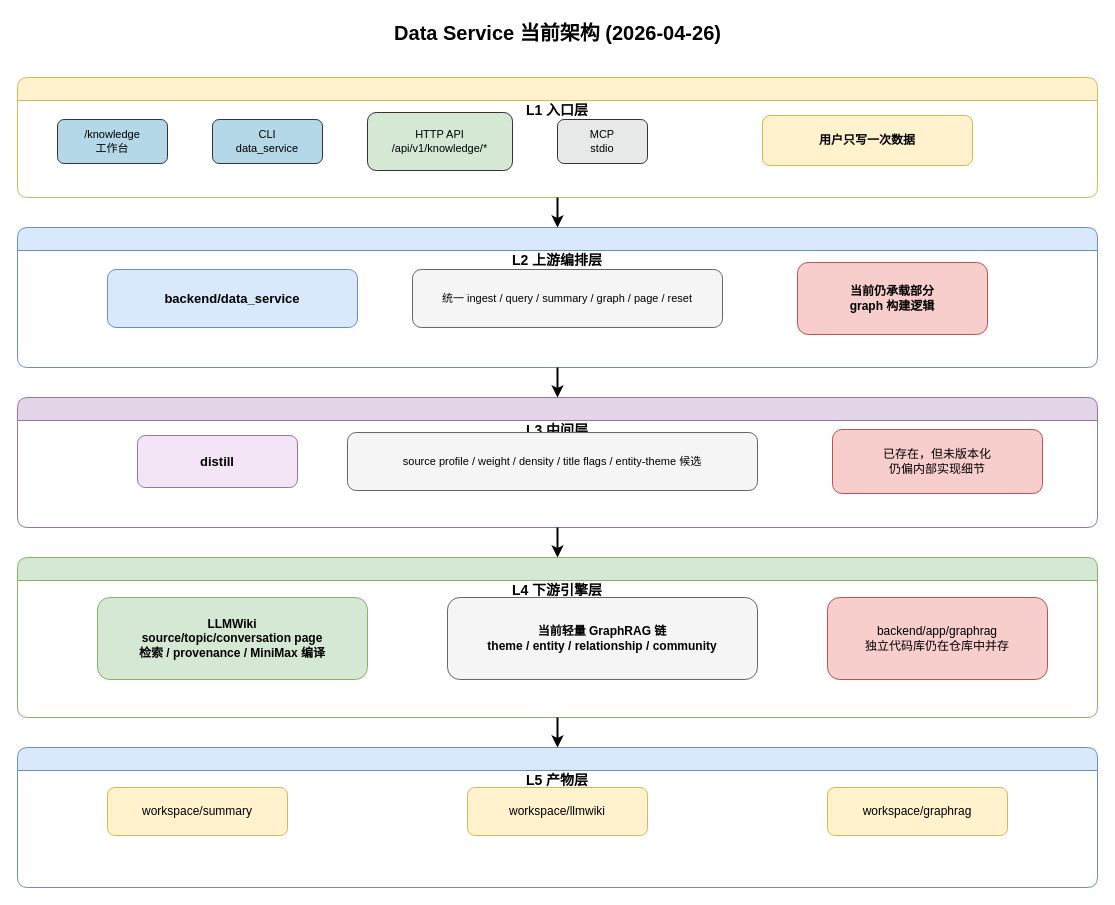
The draw.io diagram meeting-voice-assistant/docs/data_service/diagrams/01_current_architecture.drawio in ljx418/meeting-voice-assistant, before the edit. Source tidied: cells renumbered, new cells numbered last; positions are measured from the earlier drawing's top-left corner, leaving out a move shared by most shapes. Both pictures are drawn from the tidied source at 100%, with x=0, y=0 at pixel (17, 17).
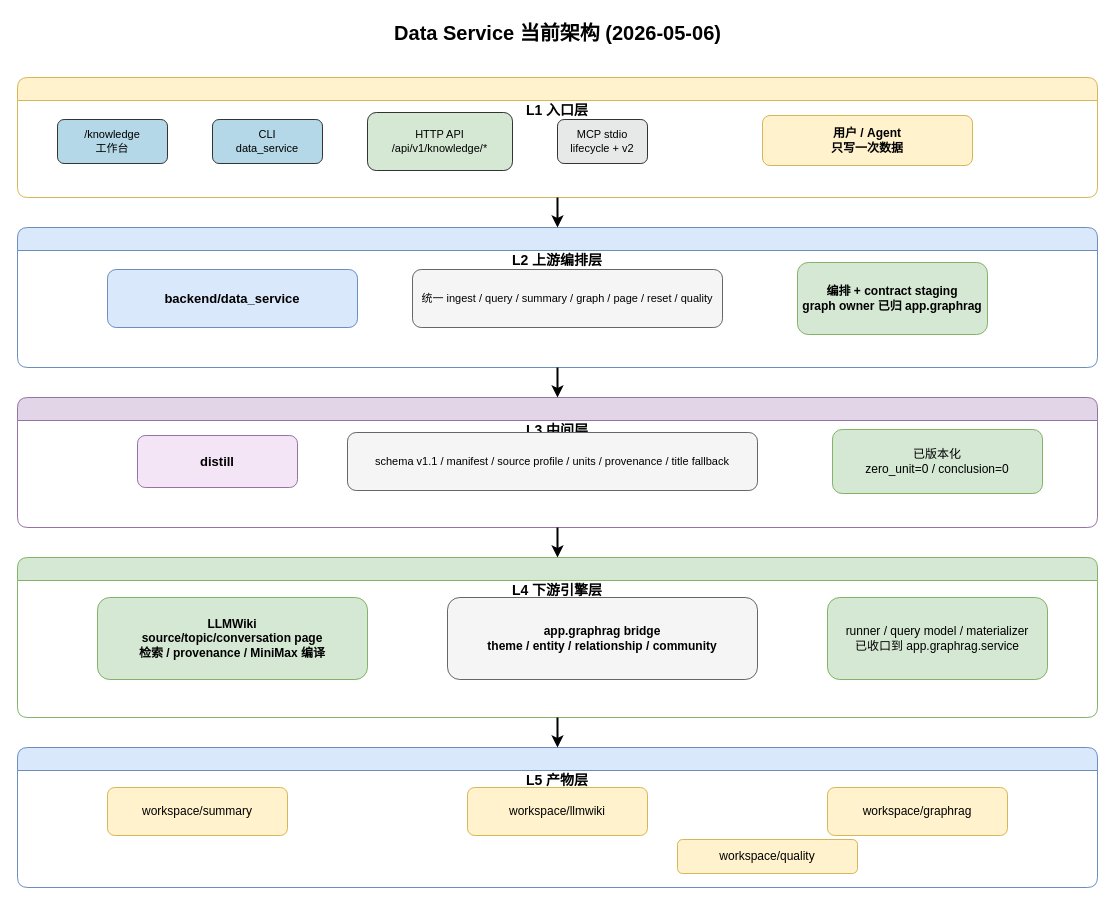
The same page after the edit.

The change refers to these unchanged cells:
```xml
<mxCell id="3" value="L1 入口层" style="swimlane;horizontal=1;verticalAlign=top;spacingTop=18;fillColor=#fff2cc;strokeColor=#d6b656;rounded=1;fontSize=14;fontStyle=1;" parent="1" vertex="1">
  <mxGeometry y="60" width="1080" height="120" as="geometry" />
</mxCell>
<mxCell id="9" value="L2 上游编排层" style="swimlane;horizontal=1;verticalAlign=top;spacingTop=18;fillColor=#dae8fc;strokeColor=#6c8ebf;rounded=1;fontSize=14;fontStyle=1;" parent="1" vertex="1">
  <mxGeometry y="210" width="1080" height="140" as="geometry" />
</mxCell>
<mxCell id="13" value="L3 中间层" style="swimlane;horizontal=1;verticalAlign=top;spacingTop=18;fillColor=#e1d5e7;strokeColor=#9673a6;rounded=1;fontSize=14;fontStyle=1;" parent="1" vertex="1">
  <mxGeometry y="380" width="1080" height="130" as="geometry" />
</mxCell>
<mxCell id="17" value="L4 下游引擎层" style="swimlane;horizontal=1;verticalAlign=top;spacingTop=18;fillColor=#d5e8d4;strokeColor=#82b366;rounded=1;fontSize=14;fontStyle=1;" parent="1" vertex="1">
  <mxGeometry y="540" width="1080" height="160" as="geometry" />
</mxCell>
<mxCell id="21" value="L5 产物层" style="swimlane;horizontal=1;verticalAlign=top;spacingTop=18;fillColor=#dae8fc;strokeColor=#6c8ebf;rounded=1;fontSize=14;fontStyle=1;" parent="1" vertex="1">
  <mxGeometry y="730" width="1080" height="140" as="geometry" />
</mxCell>
```

The edit, as a diff of the source:
```diff
@@
-    <mxCell id="2" value="Data Service 当前架构 (2026-04-26)" style="text;html=1;strokeColor=none;fillColor=none;align=center;verticalAlign=middle;fontSize=20;fontStyle=1;" parent="1" vertex="1">
+    <mxCell id="2" value="Data Service 当前架构 (2026-05-06)" style="text;html=1;strokeColor=none;fillColor=none;align=center;verticalAlign=middle;fontSize=20;fontStyle=1;" parent="1" vertex="1">
       <mxGeometry x="290" width="500" height="30" as="geometry" />
     </mxCell>
@@
-    <mxCell id="7" value="MCP&#10;stdio" style="rounded=1;whiteSpace=wrap;html=1;fillColor=#E7E8E8;strokeColor=#333;fontSize=11;" parent="3" vertex="1">
+    <mxCell id="7" value="MCP stdio&#10;lifecycle + v2" style="rounded=1;whiteSpace=wrap;html=1;fillColor=#E7E8E8;strokeColor=#333;fontSize=11;" parent="3" vertex="1">
       <mxGeometry x="540" y="42" width="90" height="44" as="geometry" />
     </mxCell>
-    <mxCell id="8" value="用户只写一次数据" style="rounded=1;whiteSpace=wrap;html=1;fillColor=#fff2cc;strokeColor=#d6b656;fontSize=12;fontStyle=1;" parent="3" vertex="1">
+    <mxCell id="8" value="用户 / Agent&#10;只写一次数据" style="rounded=1;whiteSpace=wrap;html=1;fillColor=#fff2cc;strokeColor=#d6b656;fontSize=12;fontStyle=1;" parent="3" vertex="1">
       <mxGeometry x="745" y="38" width="210" height="50" as="geometry" />
     </mxCell>
@@
-    <mxCell id="11" value="统一 ingest / query / summary / graph / page / reset" style="rounded=1;whiteSpace=wrap;html=1;fillColor=#f5f5f5;strokeColor=#666666;fontSize=11;" parent="9" vertex="1">
+    <mxCell id="11" value="统一 ingest / query / summary / graph / page / reset / quality" style="rounded=1;whiteSpace=wrap;html=1;fillColor=#f5f5f5;strokeColor=#666666;fontSize=11;" parent="9" vertex="1">
       <mxGeometry x="395" y="42" width="310" height="58" as="geometry" />
     </mxCell>
-    <mxCell id="12" value="当前仍承载部分&#10;graph 构建逻辑" style="rounded=1;whiteSpace=wrap;html=1;fillColor=#f8cecc;strokeColor=#b85450;fontSize=12;fontStyle=1;" parent="9" vertex="1">
+    <mxCell id="12" value="编排 + contract staging&#10;graph owner 已归 app.graphrag" style="rounded=1;whiteSpace=wrap;html=1;fillColor=#d5e8d4;strokeColor=#82b366;fontSize=12;fontStyle=1;" parent="9" vertex="1">
       <mxGeometry x="780" y="35" width="190" height="72" as="geometry" />
     </mxCell>
@@
-    <mxCell id="15" value="source profile / weight / density / title flags / entity-theme 候选" style="rounded=1;whiteSpace=wrap;html=1;fillColor=#f5f5f5;strokeColor=#666666;fontSize=11;" parent="13" vertex="1">
+    <mxCell id="15" value="schema v1.1 / manifest / source profile / units / provenance / title fallback" style="rounded=1;whiteSpace=wrap;html=1;fillColor=#f5f5f5;strokeColor=#666666;fontSize=11;" parent="13" vertex="1">
       <mxGeometry x="330" y="35" width="410" height="58" as="geometry" />
     </mxCell>
-    <mxCell id="16" value="已存在，但未版本化&#10;仍偏内部实现细节" style="rounded=1;whiteSpace=wrap;html=1;fillColor=#f8cecc;strokeColor=#b85450;fontSize=12;" parent="13" vertex="1">
+    <mxCell id="16" value="已版本化&#10;zero_unit=0 / conclusion=0" style="rounded=1;whiteSpace=wrap;html=1;fillColor=#d5e8d4;strokeColor=#82b366;fontSize=12;" parent="13" vertex="1">
       <mxGeometry x="815" y="32" width="210" height="64" as="geometry" />
     </mxCell>
@@
-    <mxCell id="19" value="当前轻量 GraphRAG 链&#10;theme / entity / relationship / community" style="rounded=1;whiteSpace=wrap;html=1;fillColor=#f5f5f5;strokeColor=#666666;fontSize=12;fontStyle=1;" parent="17" vertex="1">
+    <mxCell id="19" value="app.graphrag bridge&#10;theme / entity / relationship / community" style="rounded=1;whiteSpace=wrap;html=1;fillColor=#f5f5f5;strokeColor=#666666;fontSize=12;fontStyle=1;" parent="17" vertex="1">
       <mxGeometry x="430" y="40" width="310" height="82" as="geometry" />
     </mxCell>
-    <mxCell id="20" value="backend/app/graphrag&#10;独立代码库仍在仓库中并存" style="rounded=1;whiteSpace=wrap;html=1;fillColor=#f8cecc;strokeColor=#b85450;fontSize=12;" parent="17" vertex="1">
+    <mxCell id="20" value="runner / query model / materializer&#10;已收口到 app.graphrag.service" style="rounded=1;whiteSpace=wrap;html=1;fillColor=#d5e8d4;strokeColor=#82b366;fontSize=12;" parent="17" vertex="1">
       <mxGeometry x="810" y="40" width="220" height="82" as="geometry" />
     </mxCell>
@@
+    <mxCell id="29" value="workspace/quality" style="rounded=1;whiteSpace=wrap;html=1;fillColor=#fff2cc;strokeColor=#d6b656;fontSize=12;" parent="21" vertex="1">
+      <mxGeometry x="660" y="92" width="180" height="34" as="geometry" />
+    </mxCell>
```
